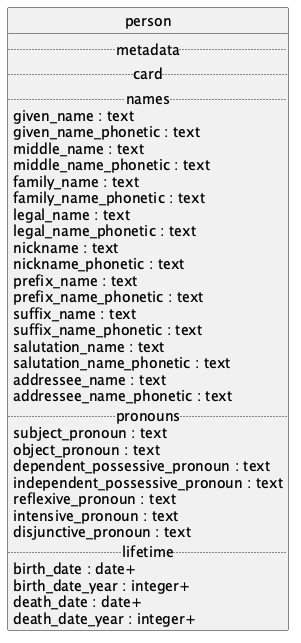
Above: api/person/uml.png in contactopensource/contactopensource (PlantUML), before the change.
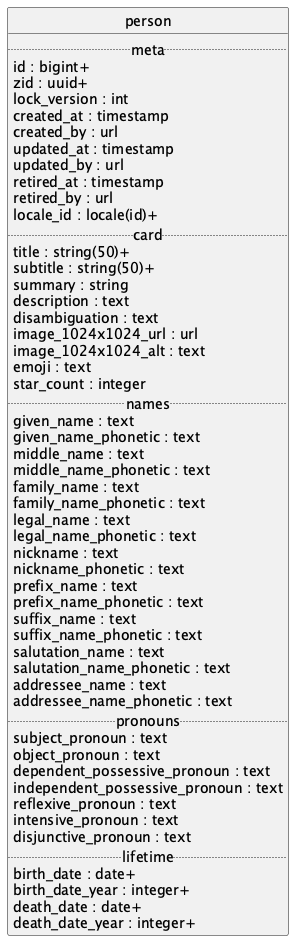
Above is the later version.

Diff of the diagram source:
```diff
@@ -4,8 +4,27 @@
 hide circle
 
 entity person {
-  .. metadata ..
+  .. meta ..
+  id : bigint+
+  zid : uuid+
+  lock_version : int
+  created_at : timestamp
+  created_by : url
+  updated_at : timestamp
+  updated_by : url
+  retired_at : timestamp
+  retired_by : url
+  locale_id : locale(id)+
   .. card ..
+  title : string(50)+
+  subtitle : string(50)+
+  summary : string
+  description : text
+  disambiguation : text
+  image_1024x1024_url : url
+  image_1024x1024_alt : text
+  emoji : text
+  star_count : integer
   .. names ..
   given_name : text
   given_name_phonetic : text
```
